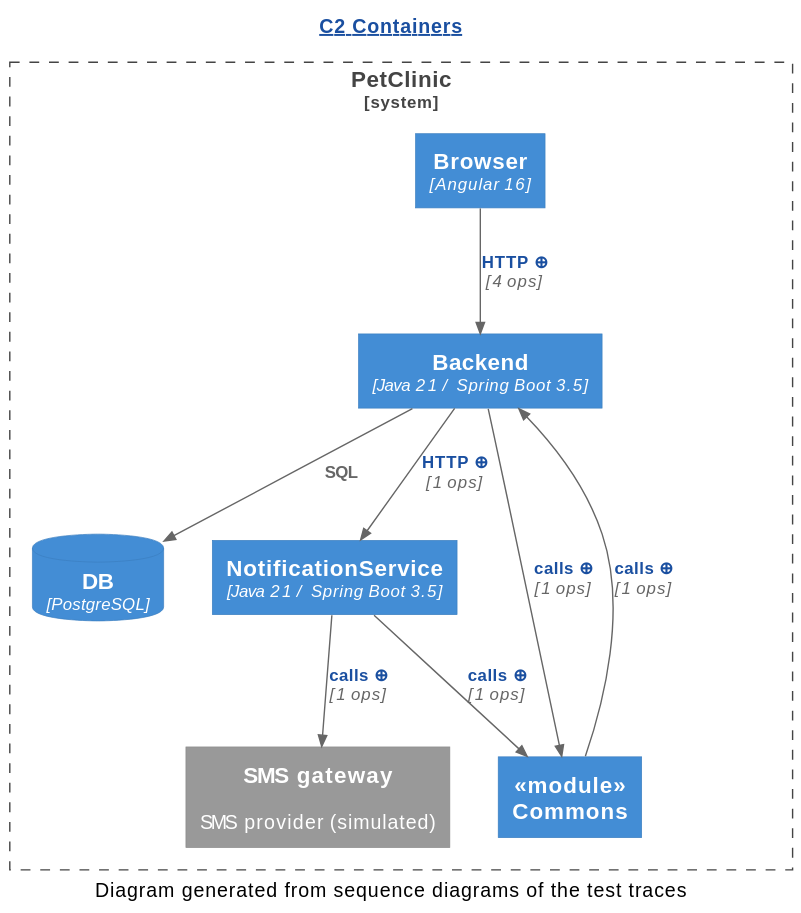
Winandvdb/human-review keeps this PlantUML diagram as demo/demo/assets/c2/C2-Containers.diff.svg. Above is the earlier version.
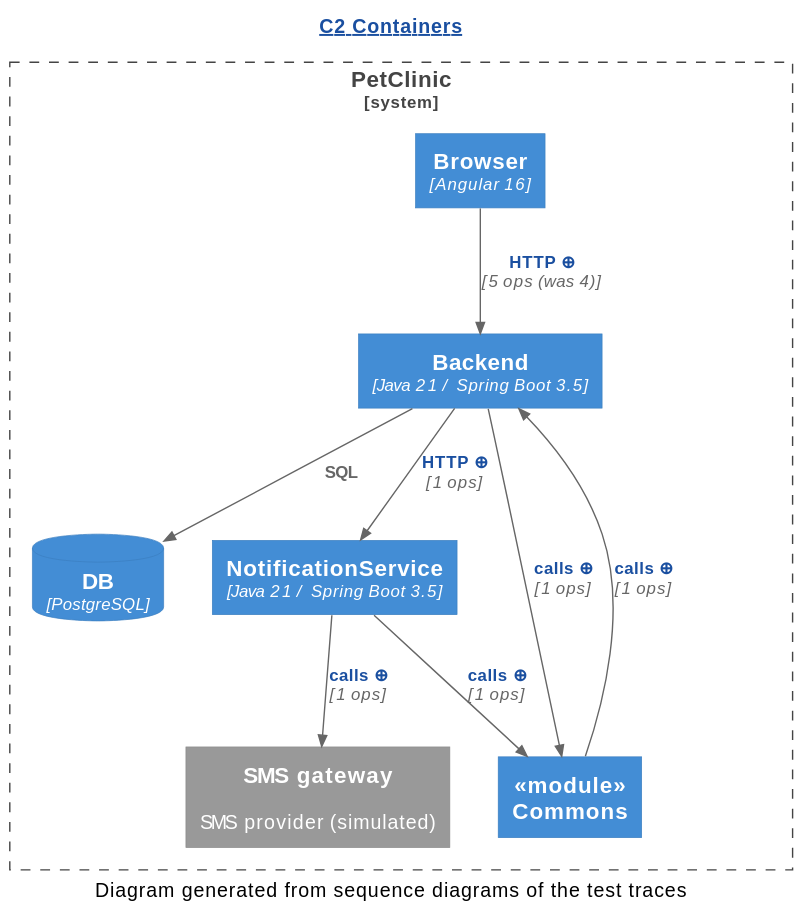
The same file after the commit.

Diff of the diagram source:
```diff
@@ -15,7 +15,7 @@
 Rel(Backend, DB, "SQL", "")
 Rel(Backend, NotificationService, "[[genseq://c2-279a196c9d{Click for the calls behind this line} HTTP ⊕]]", "1 ops")
 Rel(Backend, _module__nCommons, "[[genseq://c2-103d57f8db{Click for the calls behind this line} calls ⊕]]", "1 ops")
-Rel(Browser, Backend, "[[genseq://c2-43d2943456{Click for the calls behind this line} HTTP ⊕]]", "4 ops")
+Rel(Browser, Backend, "[[genseq://c2-fb35163739{Click for the calls behind this line} HTTP ⊕]]", "5 ops (was 4)")
 Rel(NotificationService, SMS_gateway, "[[genseq://c2-cb01a30b7a{Click for the calls behind this line} calls ⊕]]", "1 ops")
 Rel(NotificationService, _module__nCommons, "[[genseq://c2-e128eb6ba0{Click for the calls behind this line} calls ⊕]]", "1 ops")
 Rel(_module__nCommons, Backend, "[[genseq://c2-cd32149db2{Click for the calls behind this line} calls ⊕]]", "1 ops")
```
